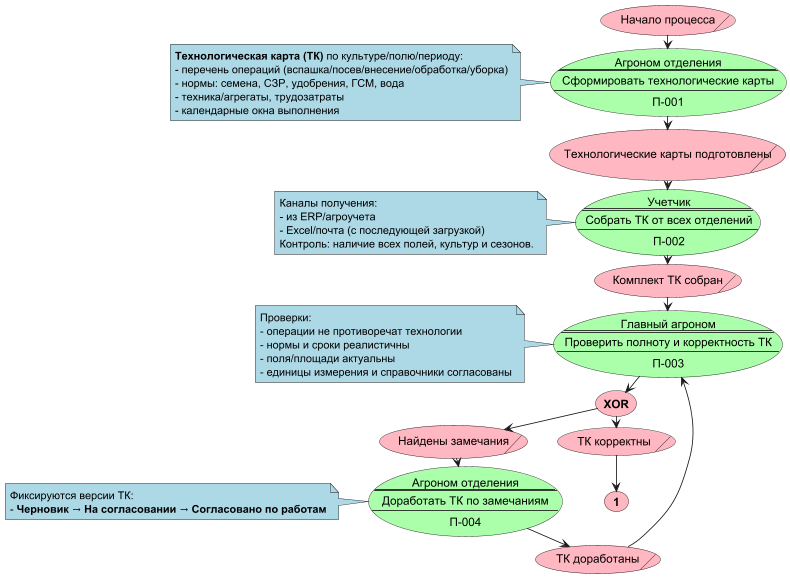
The PlantUML diagram out/docs/СхемаПроцесса/FieldWorksPlanningProcessPart1.png in redokov/infostart2026, before a commit.
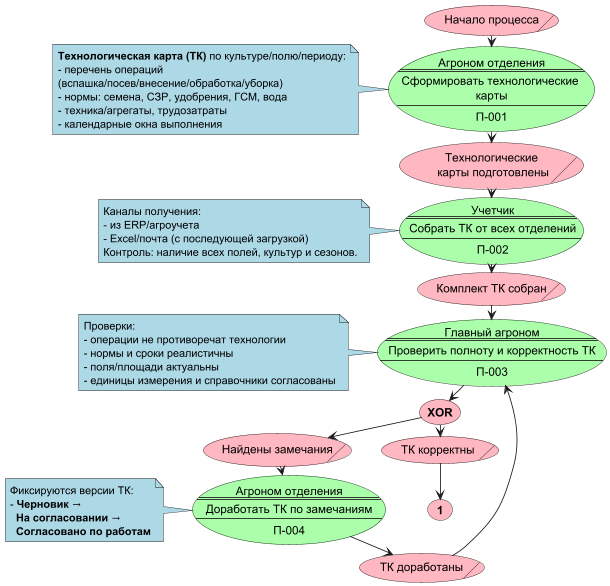
The same file after the commit.

The edit, as a diff of the source:
```diff
@@ -19,18 +19,20 @@
 usecase Ф.1 #AAFFAA as "
 Агроном отделения
 ====
-Сформировать технологические карты
+Сформировать технологические
+карты
 ----
 П-001"
 note left of Ф.1
 **Технологическая карта (ТК)** по культуре/полю/периоду:
-- перечень операций (вспашка/посев/внесение/обработка/уборка)
+- перечень операций
+(вспашка/посев/внесение/обработка/уборка)
 - нормы: семена, СЗР, удобрения, ГСМ, вода
 - техника/агрегаты, трудозатраты
 - календарные окна выполнения
 end note
 
-usecase/ С.1 as "Технологические карты подготовлены"
+usecase/ С.1 as "Технологические\n карты подготовлены"
 
 usecase Ф.2 #AAFFAA as "
 Учетчик
@@ -74,7 +76,9 @@
 П-004"
 note left of Ф.4
 Фиксируются версии ТК:
-- **Черновик** → **На согласовании** → **Согласовано по работам**
+- **Черновик** →
+  **На согласовании** →
+  **Согласовано по работам**
 end note
 
 usecase/ С.5 as "ТК доработаны"
```
